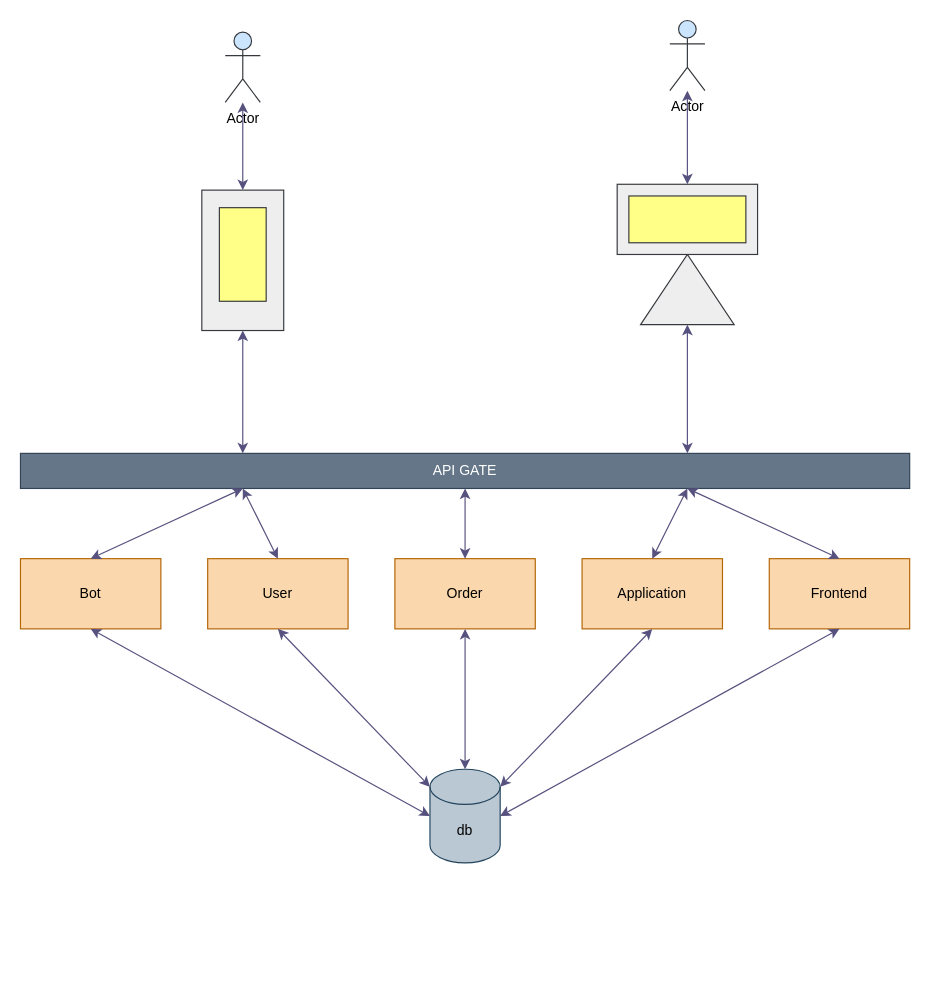
Earlier version of the draw.io diagram docs/Архитектура.drawio (feldgurat/YktCoal). Source tidied: cells renumbered, new cells numbered last; positions are measured from the earlier drawing's top-left corner, leaving out a move shared by most shapes. Both pictures are drawn from the tidied source at 117%, with x=0, y=0 at pixel (20, 20).
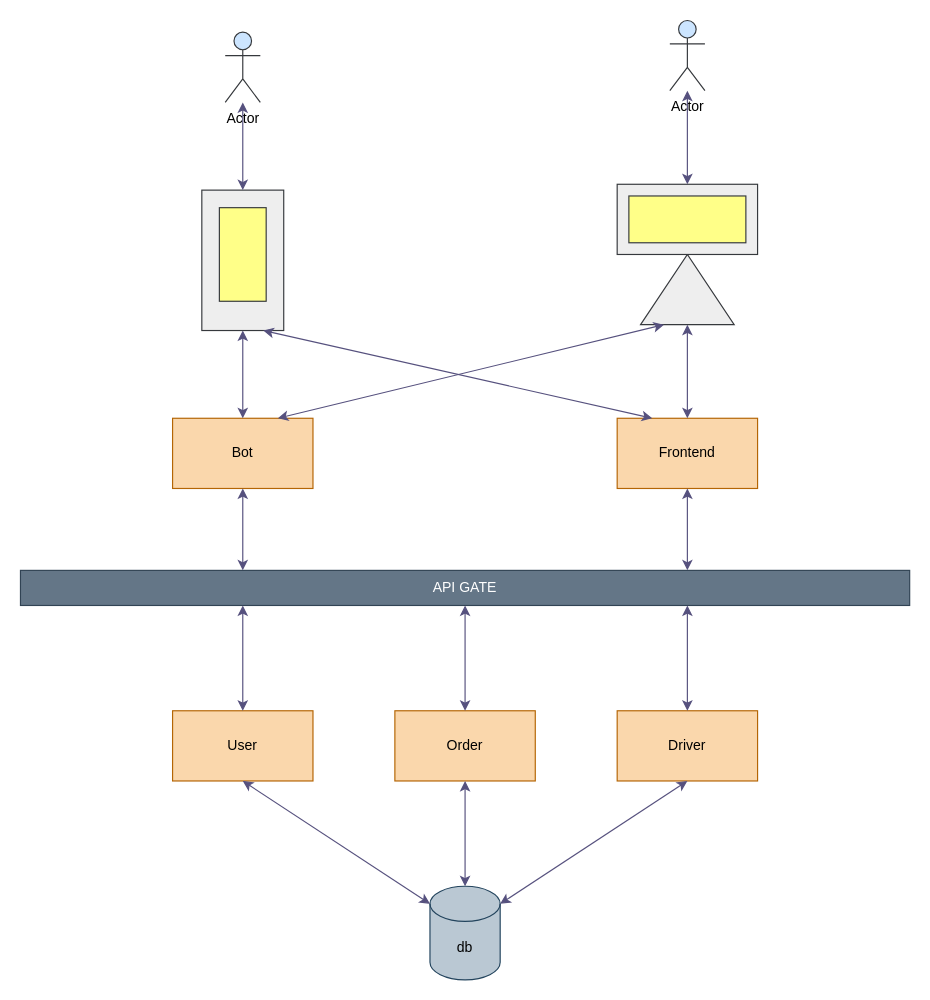
The same page after the edit.

The change refers to these unchanged cells:
```xml
<mxCell id="19" style="triangle;whiteSpace=wrap;html=1;rotation=-90;fillColor=#eeeeee;strokeColor=#36393d;" parent="1" vertex="1">
  <mxGeometry x="540" y="190" width="60" height="80" as="geometry" />
</mxCell>
<mxCell id="20" style="rounded=0;whiteSpace=wrap;html=1;rotation=90;fillColor=#eeeeee;strokeColor=#36393d;" parent="1" vertex="1">
  <mxGeometry x="130" y="170" width="120" height="70" as="geometry" />
</mxCell>
```

Diff of the diagram source:
```diff
@@
     <mxCell id="2" value="db" style="shape=cylinder3;whiteSpace=wrap;html=1;boundedLbl=1;backgroundOutline=1;size=15;fillColor=#bac8d3;strokeColor=#23445d;fontColor=#000000;" parent="1" vertex="1">
-      <mxGeometry x="350" y="640" width="60" height="80" as="geometry" />
+      <mxGeometry x="350" y="740" width="60" height="80" as="geometry" />
     </mxCell>
     <mxCell id="3" value="&lt;font style=&quot;color: rgb(0, 0, 0);&quot;&gt;Bot&lt;/font&gt;" style="rounded=0;whiteSpace=wrap;html=1;fillColor=#fad7ac;strokeColor=#b46504;" parent="1" vertex="1">
-      <mxGeometry y="460" width="120" height="60" as="geometry" />
+      <mxGeometry x="130" y="340" width="120" height="60" as="geometry" />
     </mxCell>
     <mxCell id="4" value="User" style="rounded=0;whiteSpace=wrap;html=1;fillColor=#fad7ac;strokeColor=#b46504;fontColor=#000000;" parent="1" vertex="1">
-      <mxGeometry x="160" y="460" width="120" height="60" as="geometry" />
+      <mxGeometry x="130" y="590" width="120" height="60" as="geometry" />
     </mxCell>
     <mxCell id="5" value="Order" style="rounded=0;whiteSpace=wrap;html=1;fillColor=#fad7ac;strokeColor=#b46504;fontColor=#000000;" parent="1" vertex="1">
-      <mxGeometry x="320" y="460" width="120" height="60" as="geometry" />
+      <mxGeometry x="320" y="590" width="120" height="60" as="geometry" />
     </mxCell>
-    <mxCell id="6" value="Application" style="rounded=0;whiteSpace=wrap;html=1;fillColor=#fad7ac;strokeColor=#b46504;fontColor=#000000;" parent="1" vertex="1">
-      <mxGeometry x="480" y="460" width="120" height="60" as="geometry" />
+    <mxCell id="6" value="Driver" style="rounded=0;whiteSpace=wrap;html=1;fillColor=#fad7ac;strokeColor=#b46504;fontColor=#000000;" parent="1" vertex="1">
+      <mxGeometry x="510" y="590" width="120" height="60" as="geometry" />
     </mxCell>
     <mxCell id="7" value="Frontend" style="rounded=0;whiteSpace=wrap;html=1;fillColor=#fad7ac;strokeColor=#b46504;fontColor=#000000;" parent="1" vertex="1">
-      <mxGeometry x="640" y="460" width="120" height="60" as="geometry" />
+      <mxGeometry x="510" y="340" width="120" height="60" as="geometry" />
     </mxCell>
@@
-    <mxCell id="10" style="endArrow=classic;startArrow=classic;html=1;rounded=0;exitX=0;exitY=0.5;exitDx=0;exitDy=0;exitPerimeter=0;entryX=0.5;entryY=1;entryDx=0;entryDy=0;fillColor=#d0cee2;strokeColor=#56517e;" parent="1" edge="1" source="2" target="3">
-      <mxGeometry relative="1" as="geometry" />
-    </mxCell>
@@
-    <mxCell id="12" style="endArrow=classic;startArrow=classic;html=1;rounded=0;exitX=0.5;exitY=1;exitDx=0;exitDy=0;entryX=1;entryY=0.5;entryDx=0;entryDy=0;fillColor=#d0cee2;strokeColor=#56517e;entryPerimeter=0;" parent="1" edge="1" source="7" target="2">
-      <mxGeometry relative="1" as="geometry" />
-    </mxCell>
     <mxCell id="13" value="API GATE" style="rounded=0;whiteSpace=wrap;html=1;fillColor=#647687;fontColor=#ffffff;strokeColor=#314354;" parent="1" vertex="1">
-      <mxGeometry y="370" width="760" height="30" as="geometry" />
+      <mxGeometry y="470" width="760" height="30" as="geometry" />
     </mxCell>
-    <mxCell id="14" style="endArrow=classic;startArrow=classic;html=1;rounded=0;exitX=0.5;exitY=0;exitDx=0;exitDy=0;fillColor=#d0cee2;strokeColor=#56517e;entryX=0.25;entryY=1;entryDx=0;entryDy=0;" parent="1" edge="1" source="3" target="13">
-      <mxGeometry relative="1" as="geometry" />
-    </mxCell>
-    <mxCell id="15" style="endArrow=classic;startArrow=classic;html=1;rounded=0;exitX=0.25;exitY=1;exitDx=0;exitDy=0;fillColor=#d0cee2;strokeColor=#56517e;entryX=0.5;entryY=0;entryDx=0;entryDy=0;" parent="1" edge="1" source="13" target="4">
-      <mxGeometry relative="1" as="geometry" />
-    </mxCell>
-    <mxCell id="16" style="endArrow=classic;startArrow=classic;html=1;rounded=0;exitX=0.5;exitY=1;exitDx=0;exitDy=0;fillColor=#d0cee2;strokeColor=#56517e;entryX=0.5;entryY=0;entryDx=0;entryDy=0;" parent="1" edge="1" source="13" target="5">
-      <mxGeometry relative="1" as="geometry" />
-    </mxCell>
-    <mxCell id="17" style="endArrow=classic;startArrow=classic;html=1;rounded=0;exitX=0.75;exitY=1;exitDx=0;exitDy=0;fillColor=#d0cee2;strokeColor=#56517e;entryX=0.5;entryY=0;entryDx=0;entryDy=0;" parent="1" edge="1" source="13" target="6">
-      <mxGeometry relative="1" as="geometry" />
-    </mxCell>
-    <mxCell id="18" style="endArrow=classic;startArrow=classic;html=1;rounded=0;exitX=0.75;exitY=1;exitDx=0;exitDy=0;fillColor=#d0cee2;strokeColor=#56517e;entryX=0.5;entryY=0;entryDx=0;entryDy=0;" parent="1" edge="1" source="13" target="7">
-      <mxGeometry relative="1" as="geometry" />
-    </mxCell>
@@
-    <mxCell id="22" style="endArrow=classic;startArrow=classic;html=1;rounded=0;exitX=1;exitY=0.5;exitDx=0;exitDy=0;fillColor=#d0cee2;strokeColor=#56517e;entryX=0.25;entryY=0;entryDx=0;entryDy=0;" parent="1" edge="1" source="20" target="13">
-      <mxGeometry relative="1" as="geometry" />
-    </mxCell>
@@
-    <mxCell id="25" style="endArrow=classic;startArrow=classic;html=1;rounded=0;exitX=0;exitY=0.5;exitDx=0;exitDy=0;fillColor=#d0cee2;strokeColor=#56517e;entryX=0.75;entryY=0;entryDx=0;entryDy=0;" parent="1" edge="1" source="19" target="13">
-      <mxGeometry relative="1" as="geometry" />
-    </mxCell>
@@
+    <mxCell id="30" style="endArrow=classic;startArrow=classic;html=1;rounded=0;exitX=0.5;exitY=0;exitDx=0;exitDy=0;entryX=0.25;entryY=1;entryDx=0;entryDy=0;fillColor=#d0cee2;strokeColor=#56517e;" parent="1" edge="1" source="4" target="13">
+      <mxGeometry relative="1" as="geometry" />
+    </mxCell>
+    <mxCell id="31" style="endArrow=classic;startArrow=classic;html=1;rounded=0;exitX=0.5;exitY=0;exitDx=0;exitDy=0;entryX=0.5;entryY=1;entryDx=0;entryDy=0;fillColor=#d0cee2;strokeColor=#56517e;" parent="1" edge="1" source="5" target="13">
+      <mxGeometry relative="1" as="geometry" />
+    </mxCell>
+    <mxCell id="32" style="endArrow=classic;startArrow=classic;html=1;rounded=0;exitX=0.5;exitY=0;exitDx=0;exitDy=0;entryX=0.75;entryY=1;entryDx=0;entryDy=0;fillColor=#d0cee2;strokeColor=#56517e;" parent="1" edge="1" source="6" target="13">
+      <mxGeometry relative="1" as="geometry" />
+    </mxCell>
+    <mxCell id="33" style="endArrow=classic;startArrow=classic;html=1;rounded=0;exitX=0.25;exitY=0;exitDx=0;exitDy=0;entryX=0.5;entryY=1;entryDx=0;entryDy=0;fillColor=#d0cee2;strokeColor=#56517e;" parent="1" edge="1" source="13" target="3">
+      <mxGeometry relative="1" as="geometry" />
+    </mxCell>
+    <mxCell id="18" style="endArrow=classic;startArrow=classic;html=1;rounded=0;entryX=0.5;entryY=1;entryDx=0;entryDy=0;fillColor=#d0cee2;strokeColor=#56517e;exitX=0.75;exitY=0;exitDx=0;exitDy=0;" parent="1" edge="1" source="13" target="7">
+      <mxGeometry relative="1" as="geometry" />
+    </mxCell>
+    <mxCell id="34" style="endArrow=classic;startArrow=classic;html=1;rounded=0;exitX=0.5;exitY=0;exitDx=0;exitDy=0;entryX=1;entryY=0.5;entryDx=0;entryDy=0;fillColor=#d0cee2;strokeColor=#56517e;" parent="1" edge="1" source="3" target="20">
+      <mxGeometry relative="1" as="geometry" />
+    </mxCell>
+    <mxCell id="35" style="endArrow=classic;startArrow=classic;html=1;rounded=0;exitX=0.5;exitY=0;exitDx=0;exitDy=0;entryX=0;entryY=0.5;entryDx=0;entryDy=0;fillColor=#d0cee2;strokeColor=#56517e;" parent="1" edge="1" source="7" target="19">
+      <mxGeometry relative="1" as="geometry" />
+    </mxCell>
+    <mxCell id="36" style="endArrow=classic;startArrow=classic;html=1;rounded=0;exitX=0;exitY=0.25;exitDx=0;exitDy=0;entryX=0.75;entryY=0;entryDx=0;entryDy=0;fillColor=#d0cee2;strokeColor=#56517e;" parent="1" edge="1" source="19" target="3">
+      <mxGeometry relative="1" as="geometry" />
+    </mxCell>
+    <mxCell id="37" style="endArrow=classic;startArrow=classic;html=1;rounded=0;exitX=1;exitY=0.25;exitDx=0;exitDy=0;entryX=0.25;entryY=0;entryDx=0;entryDy=0;fillColor=#d0cee2;strokeColor=#56517e;" parent="1" edge="1" source="20" target="7">
+      <mxGeometry relative="1" as="geometry" />
+    </mxCell>
```
